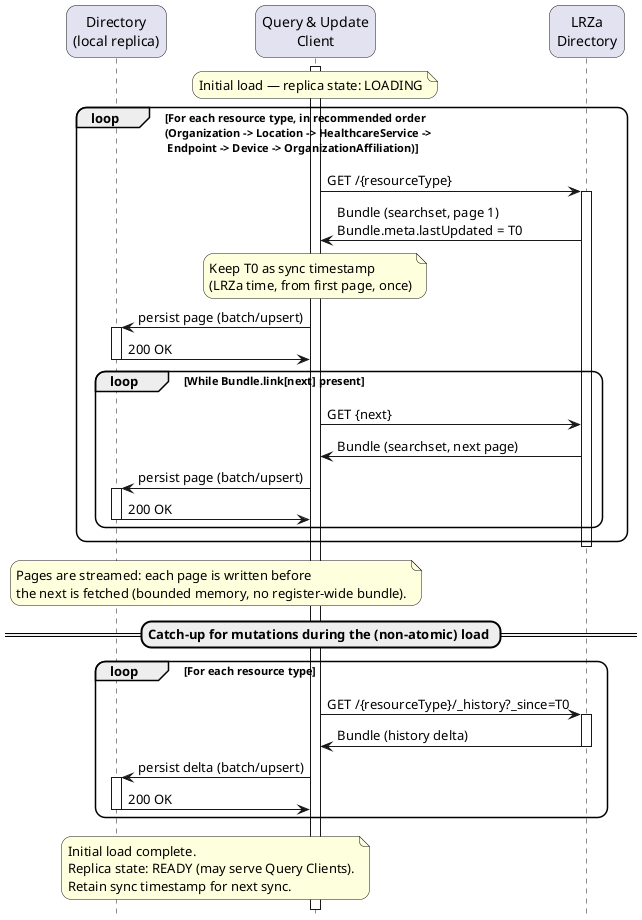
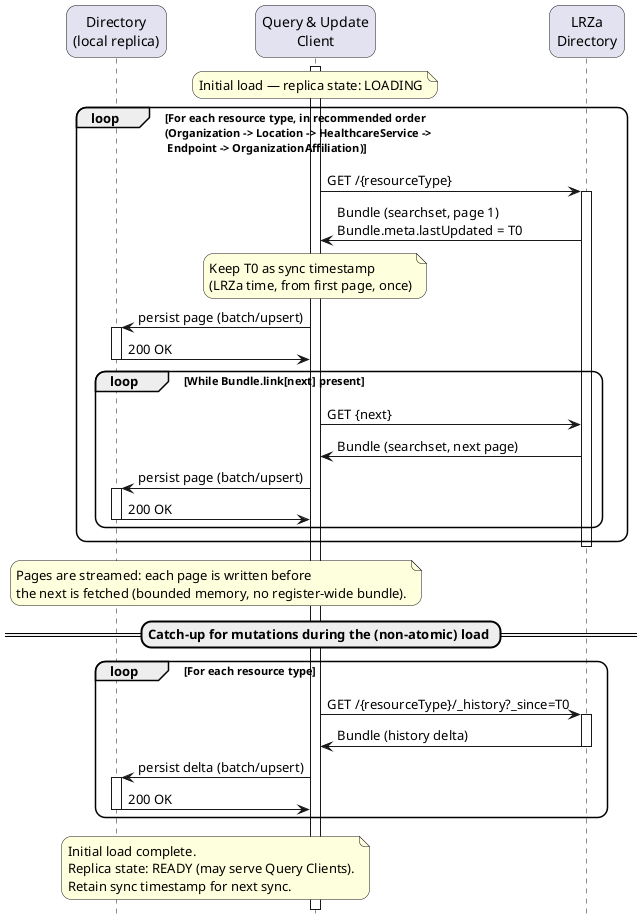
@startuml care-services-sync-initial-load

skinparam roundcorner 20
skinparam defaultFontName Arial
hide footbox

!pragma teoz true

participant QD as "Directory\n(local replica)"
participant QUC as "Query & Update\nClient"
participant LRZa as "LRZa\nDirectory"

activate QUC
note over QUC: Initial load — replica state: LOADING

- loop For each resource type, in recommended order\n(Organization -> Location -> HealthcareService ->\n Endpoint -> Device -> OrganizationAffiliation)
+ loop For each resource type, in recommended order\n(Organization -> Location -> HealthcareService ->\n Endpoint -> OrganizationAffiliation)
  QUC -> LRZa: GET /{resourceType}
  activate LRZa
  LRZa -> QUC: Bundle (searchset, page 1)\nBundle.meta.lastUpdated = T0
  note over QUC: Keep T0 as sync timestamp\n(LRZa time, from first page, once)
  QUC -> QD: persist page (batch/upsert)
  activate QD
  QD -> QUC: 200 OK
  deactivate QD
  loop While Bundle.link[next] present
    QUC -> LRZa: GET {next}
    LRZa -> QUC: Bundle (searchset, next page)
    QUC -> QD: persist page (batch/upsert)
    activate QD
    QD -> QUC: 200 OK
    deactivate QD
  end
  deactivate LRZa
end

note over QUC,QD: Pages are streamed: each page is written before\nthe next is fetched (bounded memory, no register-wide bundle).

== Catch-up for mutations during the (non-atomic) load ==

loop For each resource type
  QUC -> LRZa: GET /{resourceType}/_history?_since=T0
  activate LRZa
  LRZa -> QUC: Bundle (history delta)
  deactivate LRZa
  QUC -> QD: persist delta (batch/upsert)
  activate QD
  QD -> QUC: 200 OK
  deactivate QD
end

note over QUC,QD: Initial load complete.\nReplica state: READY (may serve Query Clients).\nRetain sync timestamp for next sync.
deactivate QUC

@enduml
